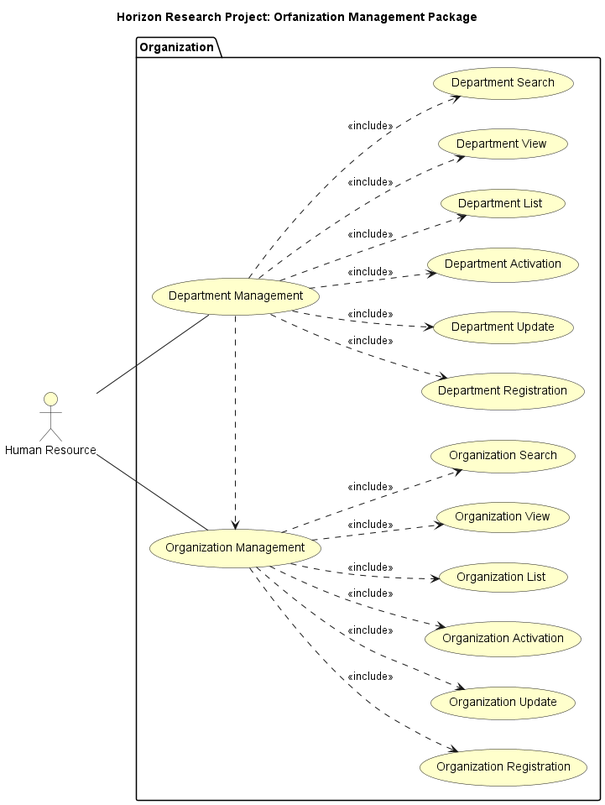
Above: HorizonUml/out/UseCase/Use Case/Packages/OraganizationUseCase.png in mahyaresteki/Horizon (PlantUML), before the change.
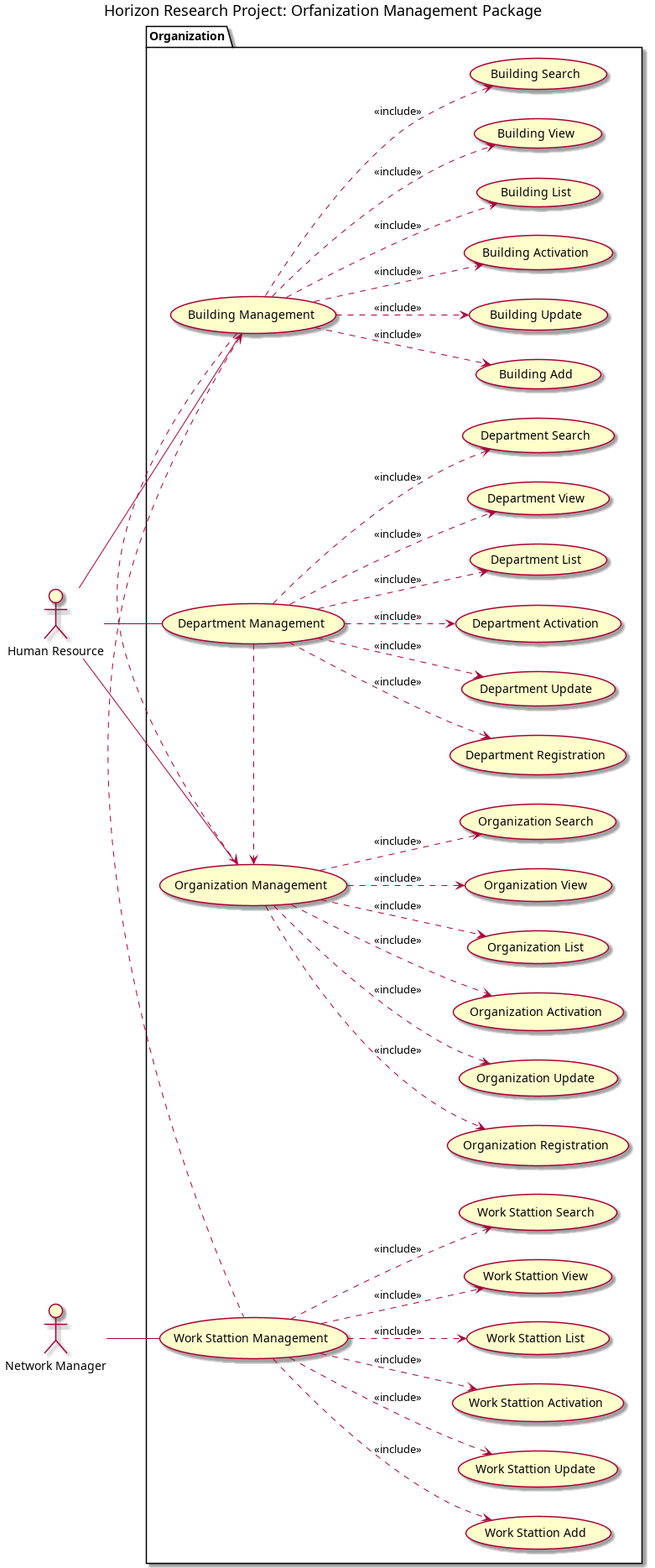
Later version of the same file.

The edit, as a diff of the source:
```diff
@@ -3,10 +3,12 @@
 
 skinparam useCaseBackgroundColor #Business
 skinparam actorBackgroundColor #Business
+skinparam Shadowing True
 
 title Horizon Research Project: Orfanization Management Package
 
 :Human Resource: as HR
+:Network Manager: as NetworkManager
 
 package "Organization"{
     usecase "Organization Management" as organizationManagement
@@ -23,12 +25,30 @@
     usecase "Department List" as departmentList
     usecase "Department View" as departmentView
     usecase "Department Search" as departmentSearch
+    usecase "Building Management" as buildingManagement
+    usecase "Building Add" as buildingAdd
+    usecase "Building Update" as buildingUpdate
+    usecase "Building Activation" as buildingActivation
+    usecase "Building List" as buildingList
+    usecase "Building View" as buildingView
+    usecase "Building Search" as buildingSearch
+    usecase "Work Stattion Management" as workStationManagement
+    usecase "Work Stattion Add" as workStationAdd
+    usecase "Work Stattion Update" as workStationUpdate
+    usecase "Work Stattion Activation" as workStationActivation
+    usecase "Work Stattion List" as workStationList
+    usecase "Work Stattion View" as workStationView
+    usecase "Work Stattion Search" as workStationSearch
 }
 
 HR -- departmentManagement
 HR -- organizationManagement
+HR -- buildingManagement
+NetworkManager -- workStationManagement
 
 departmentManagement .> organizationManagement
+buildingManagement <. workStationManagement
+buildingManagement .> organizationManagement
 
 organizationManagement ..> organizationRegistration : <<include>>
 organizationManagement ..> organizationUpdate : <<include>>
@@ -42,6 +62,18 @@
 departmentManagement ..> departmentList : <<include>>
 departmentManagement ..> departmentView : <<include>>
 departmentManagement ..> departmentSearch : <<include>>
+buildingManagement ..> buildingAdd : <<include>>
+buildingManagement ..> buildingUpdate : <<include>>
+buildingManagement ..> buildingActivation : <<include>>
+buildingManagement ..> buildingList : <<include>>
+buildingManagement ..> buildingView : <<include>>
+buildingManagement ..> buildingSearch : <<include>>
+workStationManagement ..> workStationAdd : <<include>>
+workStationManagement ..> workStationUpdate : <<include>>
+workStationManagement ..> workStationActivation : <<include>>
+workStationManagement ..> workStationList : <<include>>
+workStationManagement ..> workStationView : <<include>>
+workStationManagement ..> workStationSearch : <<include>>
 
 
 @enduml
```
